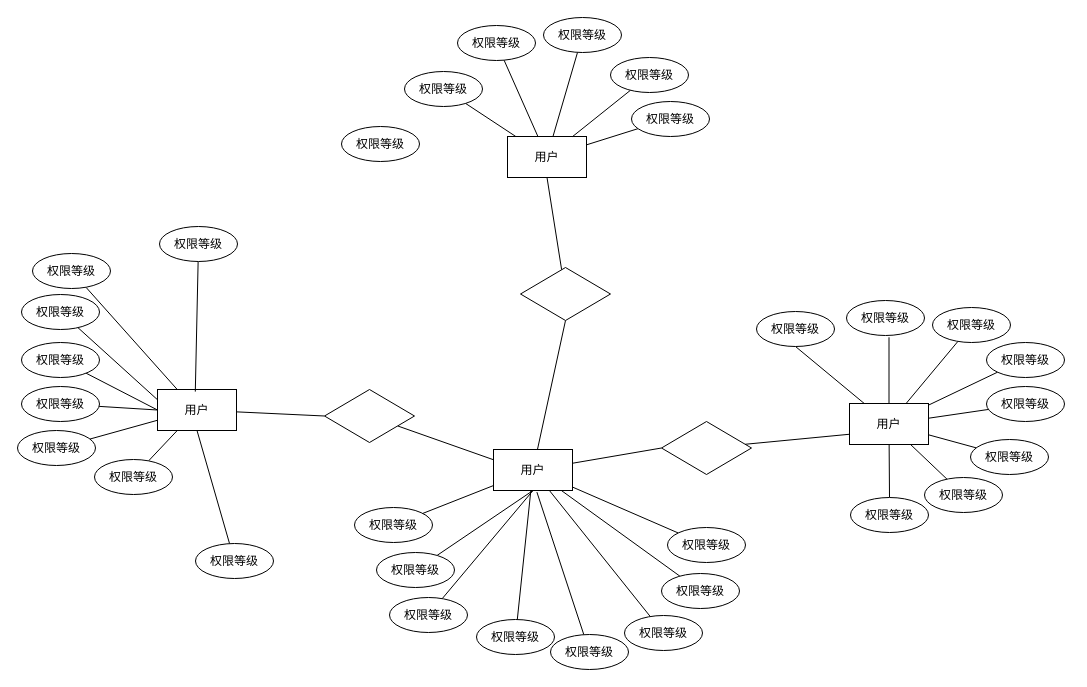
Above: 未命名绘图.drawio in zjw1227/studentmanager (draw.io), before the change. Source tidied: cells renumbered, new cells numbered last; positions are measured from the earlier drawing's top-left corner, leaving out a move shared by most shapes. Both pictures are drawn from the tidied source at 100%, with x=0, y=0 at pixel (17, 17).
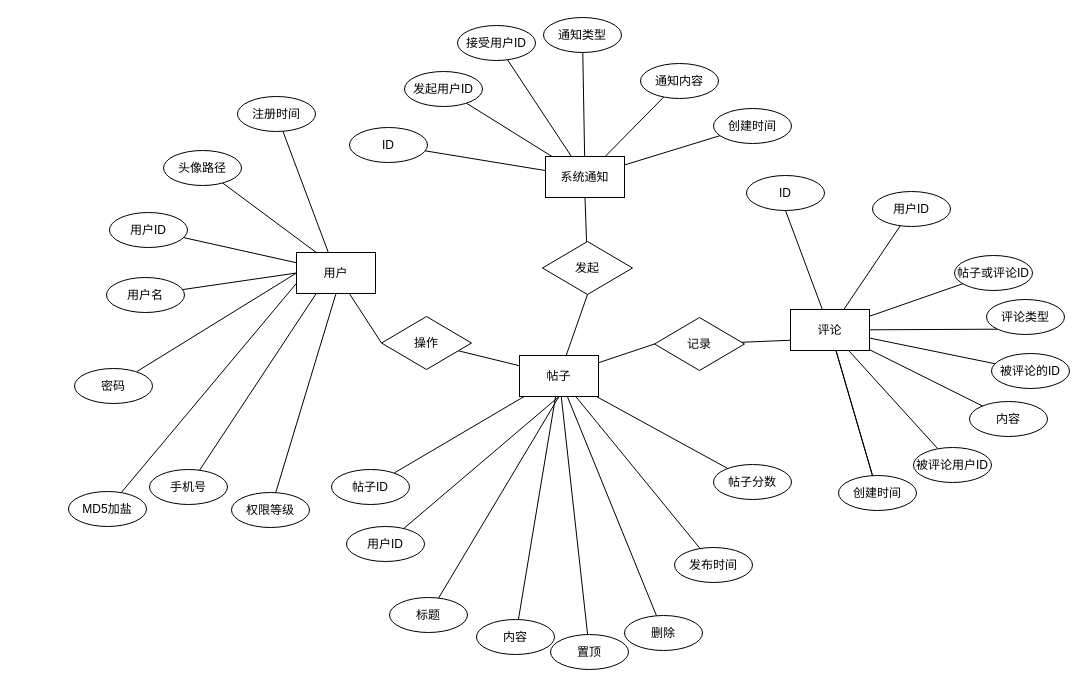
After the change.

Diff of the diagram source:
```diff
@@
     <mxCell id="3" value="用户" style="rounded=0;whiteSpace=wrap;html=1;" parent="1" vertex="1">
-      <mxGeometry x="140" y="372" width="79" height="41" as="geometry" />
+      <mxGeometry x="279" y="235" width="79" height="41" as="geometry" />
     </mxCell>
@@
-    <mxCell id="5" value="权限等级" style="ellipse;whiteSpace=wrap;html=1;" parent="1" vertex="1">
-      <mxGeometry x="77" y="442" width="78" height="35" as="geometry" />
+    <mxCell id="5" value="手机号" style="ellipse;whiteSpace=wrap;html=1;" parent="1" vertex="1">
+      <mxGeometry x="132" y="452" width="78" height="35" as="geometry" />
     </mxCell>
@@
-    <mxCell id="7" value="权限等级" style="ellipse;whiteSpace=wrap;html=1;" parent="1" vertex="1">
-      <mxGeometry y="413" width="78" height="35" as="geometry" />
+    <mxCell id="7" value="MD5加盐" style="ellipse;whiteSpace=wrap;html=1;" parent="1" vertex="1">
+      <mxGeometry x="51" y="474" width="78" height="35" as="geometry" />
     </mxCell>
@@
-    <mxCell id="9" value="权限等级" style="ellipse;whiteSpace=wrap;html=1;" parent="1" vertex="1">
-      <mxGeometry x="4" y="369" width="78" height="35" as="geometry" />
+    <mxCell id="9" value="密码" style="ellipse;whiteSpace=wrap;html=1;" parent="1" vertex="1">
+      <mxGeometry x="57" y="351" width="78" height="35" as="geometry" />
     </mxCell>
@@
-    <mxCell id="11" value="权限等级" style="ellipse;whiteSpace=wrap;html=1;" parent="1" vertex="1">
-      <mxGeometry x="4" y="325" width="78" height="35" as="geometry" />
+    <mxCell id="11" value="用户名" style="ellipse;whiteSpace=wrap;html=1;" parent="1" vertex="1">
+      <mxGeometry x="89" y="260" width="78" height="35" as="geometry" />
     </mxCell>
@@
-    <mxCell id="13" value="权限等级" style="ellipse;whiteSpace=wrap;html=1;" parent="1" vertex="1">
-      <mxGeometry x="15" y="236" width="78" height="35" as="geometry" />
+    <mxCell id="13" value="头像路径" style="ellipse;whiteSpace=wrap;html=1;" parent="1" vertex="1">
+      <mxGeometry x="146" y="133" width="78" height="35" as="geometry" />
     </mxCell>
@@
-    <mxCell id="15" value="权限等级" style="ellipse;whiteSpace=wrap;html=1;" parent="1" vertex="1">
-      <mxGeometry x="4" y="277" width="78" height="35" as="geometry" />
+    <mxCell id="15" value="用户ID" style="ellipse;whiteSpace=wrap;html=1;" parent="1" vertex="1">
+      <mxGeometry x="92" y="195" width="78" height="35" as="geometry" />
     </mxCell>
@@
-    <mxCell id="18" style="rounded=0;jettySize=auto;html=1;endArrow=none;endFill=0;" parent="1" edge="1" source="19">
-      <mxGeometry relative="1" as="geometry">
-        <mxPoint x="177.8" y="374.1" as="targetPoint" />
-      </mxGeometry>
-    </mxCell>
+    <mxCell id="76" style="edgeStyle=none;rounded=0;jettySize=auto;html=1;strokeColor=default;align=center;verticalAlign=middle;fontFamily=Helvetica;fontSize=11;fontColor=default;labelBackgroundColor=default;endArrow=none;endFill=0;" parent="1" edge="1" source="19" target="3">
+      <mxGeometry relative="1" as="geometry" />
+    </mxCell>
-    <mxCell id="19" value="权限等级" style="ellipse;whiteSpace=wrap;html=1;" parent="1" vertex="1">
-      <mxGeometry x="142" y="209" width="78" height="35" as="geometry" />
+    <mxCell id="19" value="注册时间" style="ellipse;whiteSpace=wrap;html=1;" parent="1" vertex="1">
+      <mxGeometry x="220" y="79" width="78" height="35" as="geometry" />
     </mxCell>
@@
     <mxCell id="21" value="权限等级" style="ellipse;whiteSpace=wrap;html=1;" parent="1" vertex="1">
-      <mxGeometry x="178" y="526" width="78" height="35" as="geometry" />
+      <mxGeometry x="214" y="475" width="78" height="35" as="geometry" />
     </mxCell>
@@
-    <mxCell id="23" style="rhombus;whiteSpace=wrap;html=1;" parent="1" vertex="1">
-      <mxGeometry x="307" y="372" width="90" height="53" as="geometry" />
+    <mxCell id="23" value="操作" style="rhombus;whiteSpace=wrap;html=1;" parent="1" vertex="1">
+      <mxGeometry x="364" y="299" width="90" height="53" as="geometry" />
     </mxCell>
@@
+    <mxCell id="77" style="edgeStyle=none;rounded=0;jettySize=auto;html=1;strokeColor=default;align=center;verticalAlign=middle;fontFamily=Helvetica;fontSize=11;fontColor=default;labelBackgroundColor=default;endArrow=none;endFill=0;" parent="1" edge="1" source="27" target="71">
+      <mxGeometry relative="1" as="geometry" />
+    </mxCell>
-    <mxCell id="27" value="用户" style="rounded=0;whiteSpace=wrap;html=1;" parent="1" vertex="1">
-      <mxGeometry x="476" y="432" width="79" height="41" as="geometry" />
+    <mxCell id="27" value="帖子" style="rounded=0;whiteSpace=wrap;html=1;" parent="1" vertex="1">
+      <mxGeometry x="502" y="338" width="79" height="41" as="geometry" />
     </mxCell>
@@
-    <mxCell id="29" style="rhombus;whiteSpace=wrap;html=1;" parent="1" vertex="1">
-      <mxGeometry x="503" y="250" width="90" height="53" as="geometry" />
+    <mxCell id="29" value="发起" style="rhombus;whiteSpace=wrap;html=1;" parent="1" vertex="1">
+      <mxGeometry x="525" y="224" width="90" height="53" as="geometry" />
     </mxCell>
-    <mxCell id="30" value="用户" style="rounded=0;whiteSpace=wrap;html=1;" parent="1" vertex="1">
-      <mxGeometry x="490" y="119" width="79" height="41" as="geometry" />
+    <mxCell id="30" value="系统通知" style="rounded=0;whiteSpace=wrap;html=1;" parent="1" vertex="1">
+      <mxGeometry x="528" y="139" width="79" height="41" as="geometry" />
     </mxCell>
@@
-    <mxCell id="32" style="rhombus;whiteSpace=wrap;html=1;" parent="1" vertex="1">
-      <mxGeometry x="644" y="404" width="90" height="53" as="geometry" />
+    <mxCell id="32" value="记录" style="rhombus;whiteSpace=wrap;html=1;" parent="1" vertex="1">
+      <mxGeometry x="637" y="300" width="90" height="53" as="geometry" />
     </mxCell>
@@
-    <mxCell id="34" style="edgeStyle=none;rounded=0;jettySize=auto;html=1;strokeColor=default;align=center;verticalAlign=middle;fontFamily=Helvetica;fontSize=11;fontColor=default;labelBackgroundColor=default;endArrow=none;endFill=0;" parent="1" edge="1" source="41">
-      <mxGeometry relative="1" as="geometry">
-        <mxPoint x="871.5" y="319.8" as="targetPoint" />
-      </mxGeometry>
-    </mxCell>
@@
+    <mxCell id="78" style="edgeStyle=none;rounded=0;jettySize=auto;html=1;strokeColor=default;align=center;verticalAlign=middle;fontFamily=Helvetica;fontSize=11;fontColor=default;labelBackgroundColor=default;endArrow=none;endFill=0;" parent="1" edge="1" source="41" target="55">
+      <mxGeometry relative="1" as="geometry" />
+    </mxCell>
-    <mxCell id="41" value="用户" style="rounded=0;whiteSpace=wrap;html=1;" parent="1" vertex="1">
-      <mxGeometry x="832" y="386" width="79" height="41" as="geometry" />
+    <mxCell id="41" value="评论" style="rounded=0;whiteSpace=wrap;html=1;" parent="1" vertex="1">
+      <mxGeometry x="773" y="292" width="79" height="41" as="geometry" />
     </mxCell>
@@
-    <mxCell id="43" value="权限等级" style="ellipse;whiteSpace=wrap;html=1;" parent="1" vertex="1">
+    <mxCell id="43" value="发起用户ID" style="ellipse;whiteSpace=wrap;html=1;" parent="1" vertex="1">
       <mxGeometry x="387" y="54" width="78" height="35" as="geometry" />
     </mxCell>
@@
-    <mxCell id="45" value="权限等级" style="ellipse;whiteSpace=wrap;html=1;" parent="1" vertex="1">
+    <mxCell id="45" value="接受用户ID" style="ellipse;whiteSpace=wrap;html=1;" parent="1" vertex="1">
       <mxGeometry x="440" y="8" width="78" height="35" as="geometry" />
     </mxCell>
@@
-    <mxCell id="47" value="权限等级" style="ellipse;whiteSpace=wrap;html=1;" parent="1" vertex="1">
+    <mxCell id="47" value="通知类型" style="ellipse;whiteSpace=wrap;html=1;" parent="1" vertex="1">
       <mxGeometry x="526" width="78" height="35" as="geometry" />
     </mxCell>
@@
-    <mxCell id="49" value="权限等级" style="ellipse;whiteSpace=wrap;html=1;" parent="1" vertex="1">
-      <mxGeometry x="593" y="40" width="78" height="35" as="geometry" />
+    <mxCell id="49" value="通知内容" style="ellipse;whiteSpace=wrap;html=1;" parent="1" vertex="1">
+      <mxGeometry x="623" y="46" width="78" height="35" as="geometry" />
     </mxCell>
@@
-    <mxCell id="51" value="权限等级" style="ellipse;whiteSpace=wrap;html=1;" parent="1" vertex="1">
-      <mxGeometry x="614" y="84" width="78" height="35" as="geometry" />
+    <mxCell id="51" value="创建时间" style="ellipse;whiteSpace=wrap;html=1;" parent="1" vertex="1">
+      <mxGeometry x="696" y="91" width="78" height="35" as="geometry" />
     </mxCell>
+    <mxCell id="79" style="edgeStyle=none;rounded=0;jettySize=auto;html=1;strokeColor=default;align=center;verticalAlign=middle;fontFamily=Helvetica;fontSize=11;fontColor=default;labelBackgroundColor=default;endArrow=none;endFill=0;" parent="1" edge="1" source="52" target="30">
+      <mxGeometry relative="1" as="geometry" />
+    </mxCell>
-    <mxCell id="52" value="权限等级" style="ellipse;whiteSpace=wrap;html=1;" parent="1" vertex="1">
-      <mxGeometry x="324" y="109" width="78" height="35" as="geometry" />
+    <mxCell id="52" value="ID" style="ellipse;whiteSpace=wrap;html=1;" parent="1" vertex="1">
+      <mxGeometry x="332" y="110" width="78" height="35" as="geometry" />
     </mxCell>
-    <mxCell id="53" value="权限等级" style="ellipse;whiteSpace=wrap;html=1;" parent="1" vertex="1">
-      <mxGeometry x="915" y="290" width="78" height="35" as="geometry" />
+    <mxCell id="53" value="帖子或评论ID" style="ellipse;whiteSpace=wrap;html=1;" parent="1" vertex="1">
+      <mxGeometry x="937" y="238" width="78" height="35" as="geometry" />
     </mxCell>
-    <mxCell id="54" value="权限等级" style="ellipse;whiteSpace=wrap;html=1;" parent="1" vertex="1">
-      <mxGeometry x="969" y="325" width="78" height="35" as="geometry" />
+    <mxCell id="54" value="评论类型" style="ellipse;whiteSpace=wrap;html=1;" parent="1" vertex="1">
+      <mxGeometry x="969" y="282" width="78" height="35" as="geometry" />
     </mxCell>
-    <mxCell id="55" value="权限等级" style="ellipse;whiteSpace=wrap;html=1;" parent="1" vertex="1">
-      <mxGeometry x="829" y="283" width="78" height="35" as="geometry" />
+    <mxCell id="55" value="用户ID" style="ellipse;whiteSpace=wrap;html=1;" parent="1" vertex="1">
+      <mxGeometry x="855" y="174" width="78" height="35" as="geometry" />
     </mxCell>
-    <mxCell id="56" value="权限等级" style="ellipse;whiteSpace=wrap;html=1;" parent="1" vertex="1">
-      <mxGeometry x="739" y="294" width="78" height="35" as="geometry" />
+    <mxCell id="56" value="ID" style="ellipse;whiteSpace=wrap;html=1;" parent="1" vertex="1">
+      <mxGeometry x="729" y="158" width="78" height="35" as="geometry" />
     </mxCell>
-    <mxCell id="57" value="权限等级" style="ellipse;whiteSpace=wrap;html=1;" parent="1" vertex="1">
-      <mxGeometry x="969" y="369" width="78" height="35" as="geometry" />
+    <mxCell id="57" value="被评论的ID" style="ellipse;whiteSpace=wrap;html=1;" parent="1" vertex="1">
+      <mxGeometry x="974" y="336" width="78" height="35" as="geometry" />
     </mxCell>
-    <mxCell id="58" value="权限等级" style="ellipse;whiteSpace=wrap;html=1;" parent="1" vertex="1">
-      <mxGeometry x="953" y="422" width="78" height="35" as="geometry" />
+    <mxCell id="58" value="内容" style="ellipse;whiteSpace=wrap;html=1;" parent="1" vertex="1">
+      <mxGeometry x="952" y="384" width="78" height="35" as="geometry" />
     </mxCell>
-    <mxCell id="59" value="权限等级" style="ellipse;whiteSpace=wrap;html=1;" parent="1" vertex="1">
-      <mxGeometry x="907" y="460" width="78" height="35" as="geometry" />
+    <mxCell id="59" value="被评论用户ID" style="ellipse;whiteSpace=wrap;html=1;" parent="1" vertex="1">
+      <mxGeometry x="896" y="430" width="78" height="35" as="geometry" />
     </mxCell>
+    <mxCell id="80" style="edgeStyle=none;rounded=0;jettySize=auto;html=1;strokeColor=default;align=center;verticalAlign=middle;fontFamily=Helvetica;fontSize=11;fontColor=default;labelBackgroundColor=default;endArrow=none;endFill=0;" parent="1" edge="1" source="60" target="41">
+      <mxGeometry relative="1" as="geometry" />
+    </mxCell>
-    <mxCell id="60" value="权限等级" style="ellipse;whiteSpace=wrap;html=1;" parent="1" vertex="1">
-      <mxGeometry x="833" y="480" width="78" height="35" as="geometry" />
+    <mxCell id="60" value="创建时间" style="ellipse;whiteSpace=wrap;html=1;" parent="1" vertex="1">
+      <mxGeometry x="821" y="458" width="78" height="35" as="geometry" />
     </mxCell>
-    <mxCell id="61" value="权限等级" style="ellipse;whiteSpace=wrap;html=1;" parent="1" vertex="1">
-      <mxGeometry x="337" y="490" width="78" height="35" as="geometry" />
+    <mxCell id="61" value="帖子ID" style="ellipse;whiteSpace=wrap;html=1;" parent="1" vertex="1">
+      <mxGeometry x="314" y="452" width="78" height="35" as="geometry" />
     </mxCell>
@@
-    <mxCell id="63" value="权限等级" style="ellipse;whiteSpace=wrap;html=1;" parent="1" vertex="1">
-      <mxGeometry x="359" y="535" width="78" height="35" as="geometry" />
+    <mxCell id="63" value="用户ID" style="ellipse;whiteSpace=wrap;html=1;" parent="1" vertex="1">
+      <mxGeometry x="329" y="509" width="78" height="35" as="geometry" />
     </mxCell>
@@
-    <mxCell id="65" value="权限等级" style="ellipse;whiteSpace=wrap;html=1;" parent="1" vertex="1">
+    <mxCell id="65" value="标题" style="ellipse;whiteSpace=wrap;html=1;" parent="1" vertex="1">
       <mxGeometry x="372" y="580" width="78" height="35" as="geometry" />
     </mxCell>
@@
-    <mxCell id="67" value="权限等级" style="ellipse;whiteSpace=wrap;html=1;" parent="1" vertex="1">
-      <mxGeometry x="650" y="510" width="78" height="35" as="geometry" />
+    <mxCell id="67" value="帖子分数" style="ellipse;whiteSpace=wrap;html=1;" parent="1" vertex="1">
+      <mxGeometry x="696" y="447" width="78" height="35" as="geometry" />
     </mxCell>
@@
-    <mxCell id="69" value="权限等级" style="ellipse;whiteSpace=wrap;html=1;" parent="1" vertex="1">
+    <mxCell id="69" value="内容" style="ellipse;whiteSpace=wrap;html=1;" parent="1" vertex="1">
       <mxGeometry x="459" y="602" width="78" height="35" as="geometry" />
     </mxCell>
-    <mxCell id="70" style="edgeStyle=none;rounded=0;jettySize=auto;html=1;strokeColor=default;align=center;verticalAlign=middle;fontFamily=Helvetica;fontSize=11;fontColor=default;labelBackgroundColor=default;endArrow=none;endFill=0;" parent="1" edge="1" source="71">
-      <mxGeometry relative="1" as="geometry">
-        <mxPoint x="519.4" y="474.6" as="targetPoint" />
-      </mxGeometry>
-    </mxCell>
-    <mxCell id="71" value="权限等级" style="ellipse;whiteSpace=wrap;html=1;" parent="1" vertex="1">
+    <mxCell id="71" value="置顶" style="ellipse;whiteSpace=wrap;html=1;" parent="1" vertex="1">
       <mxGeometry x="533" y="617" width="78" height="35" as="geometry" />
     </mxCell>
@@
-    <mxCell id="73" value="权限等级" style="ellipse;whiteSpace=wrap;html=1;" parent="1" vertex="1">
+    <mxCell id="73" value="删除" style="ellipse;whiteSpace=wrap;html=1;" parent="1" vertex="1">
       <mxGeometry x="607" y="598" width="78" height="35" as="geometry" />
     </mxCell>
@@
-    <mxCell id="75" value="权限等级" style="ellipse;whiteSpace=wrap;html=1;" parent="1" vertex="1">
-      <mxGeometry x="644" y="556" width="78" height="35" as="geometry" />
+    <mxCell id="75" value="发布时间" style="ellipse;whiteSpace=wrap;html=1;" parent="1" vertex="1">
+      <mxGeometry x="657" y="530" width="78" height="35" as="geometry" />
     </mxCell>
```
